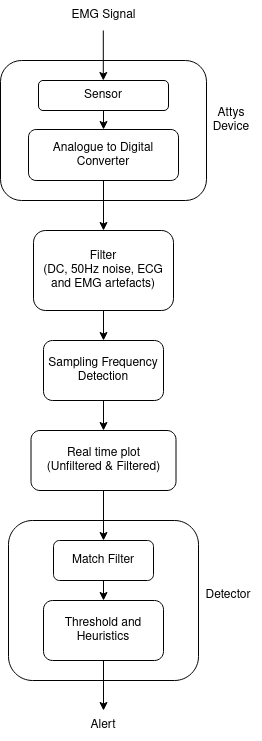
This is Flowchart.png from Biomeds-can-code/EMG-posture-corrector-IIR-filter, a draw.io export, as it was before one commit. Source tidied: cells renumbered, new cells last; positions are measured from the earlier drawing's top-left corner, leaving out a move shared by most shapes.
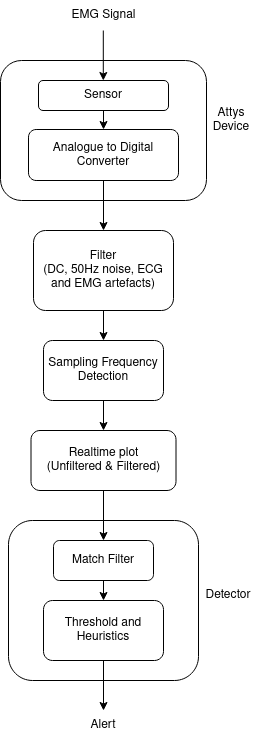
The same diagram one commit later.

Commit message:
Add realtime plotting

Change to the diagram source:
```diff
@@ -35,7 +35,7 @@
     <mxCell id="12" style="edgeStyle=orthogonalEdgeStyle;rounded=0;jettySize=auto;html=1;exitX=0.5;exitY=1;exitDx=0;exitDy=0;entryX=0.5;entryY=0;entryDx=0;entryDy=0;" parent="1" edge="1" source="13" target="15">
       <mxGeometry relative="1" as="geometry" />
     </mxCell>
-    <mxCell id="13" value="&lt;div&gt;Real time plot&lt;/div&gt;&lt;div&gt;(Unfiltered &amp;amp; Filtered)&lt;br&gt;&lt;/div&gt;" style="rounded=1;whiteSpace=wrap;html=1;fillColor=default;" parent="1" vertex="1">
+    <mxCell id="13" value="&lt;div&gt;Realtime plot&lt;/div&gt;&lt;div&gt;(Unfiltered &amp;amp; Filtered)&lt;br&gt;&lt;/div&gt;" style="rounded=1;whiteSpace=wrap;html=1;fillColor=default;" parent="1" vertex="1">
       <mxGeometry x="30.5" y="430" width="145" height="60" as="geometry" />
     </mxCell>
     <mxCell id="14" style="edgeStyle=orthogonalEdgeStyle;rounded=0;jettySize=auto;html=1;exitX=0.5;exitY=1;exitDx=0;exitDy=0;entryX=0.5;entryY=0;entryDx=0;entryDy=0;" parent="1" edge="1" source="15" target="17">
```
